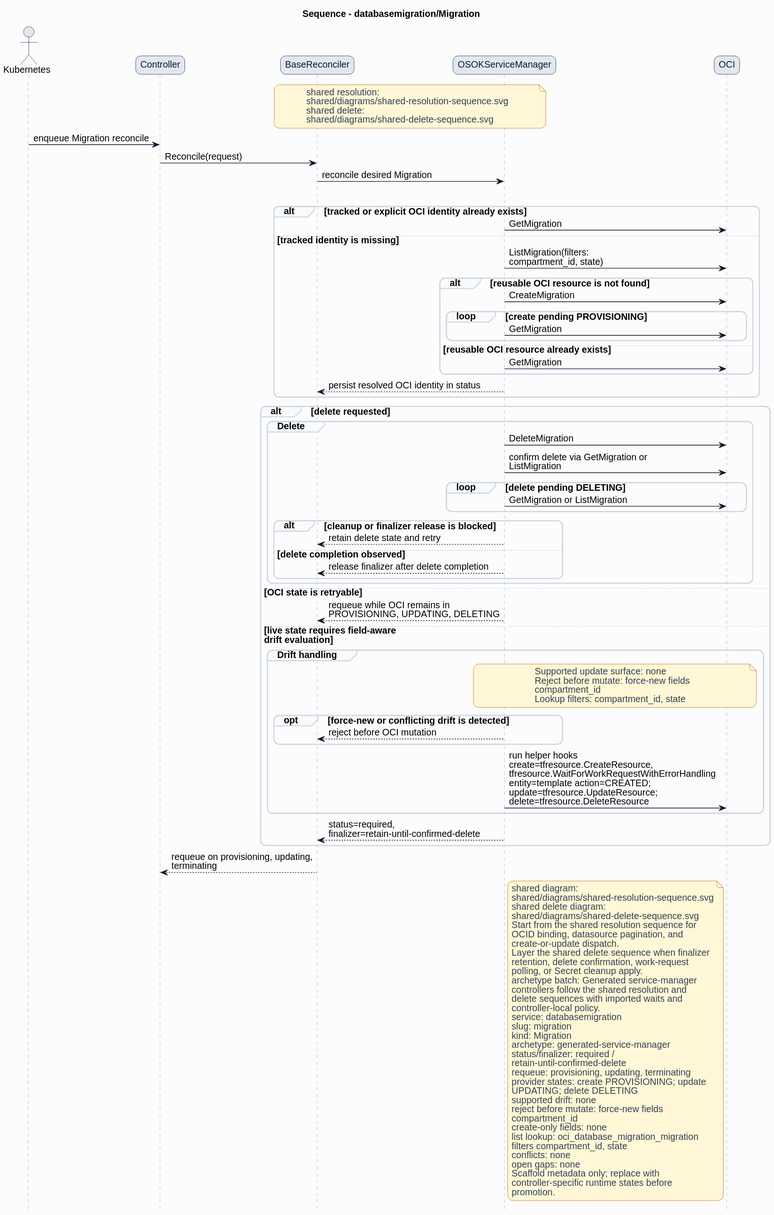
Earlier version of the PlantUML export formal/controllers/databasemigration/migration/diagrams/sequence.svg (HaoyL666/oci-service-operator).
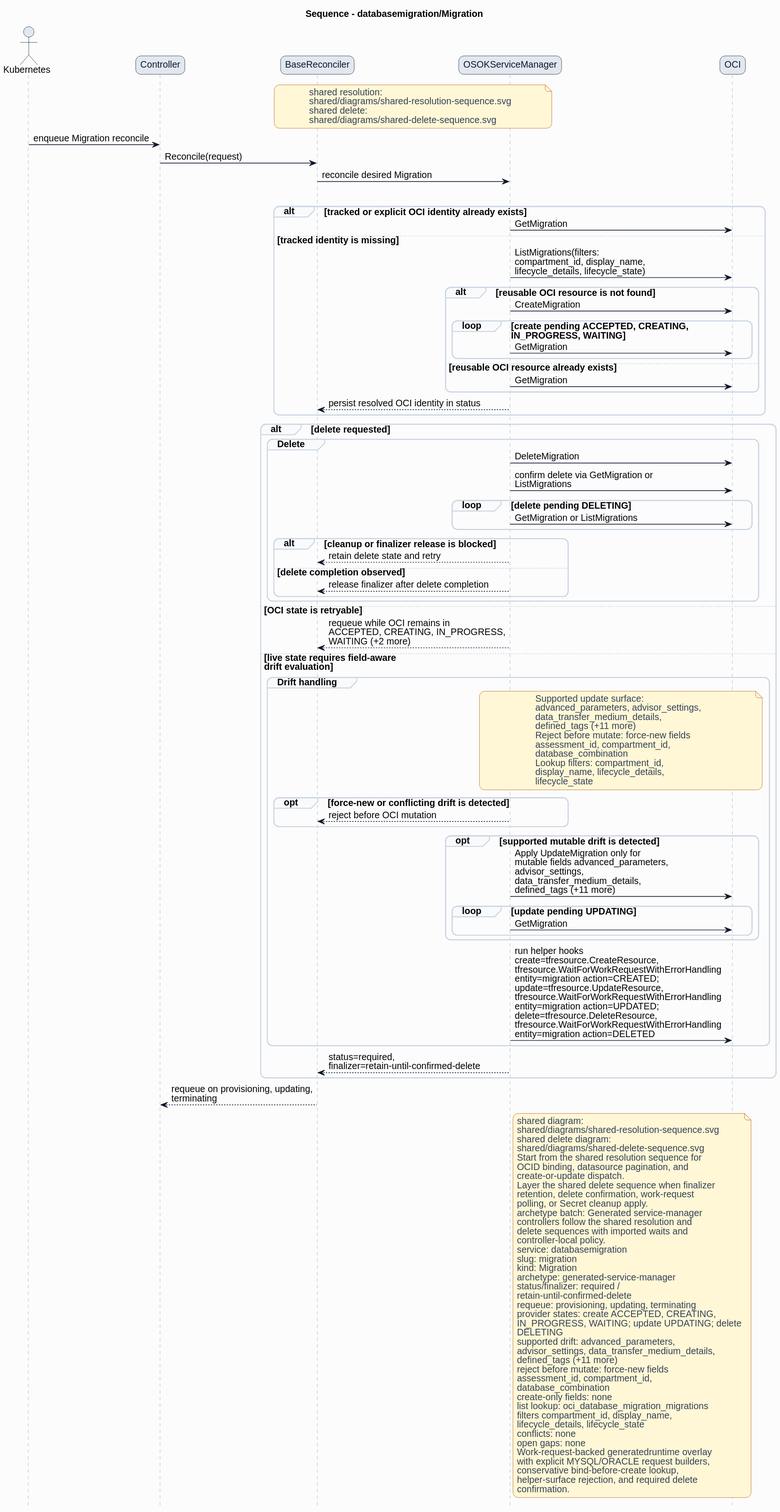
Above is the later version.

What changed in the source:
```diff
@@ -38,10 +38,10 @@
 alt tracked or explicit OCI identity already exists
 ServiceManager -> OCI: GetMigration
 else tracked identity is missing
-ServiceManager -> OCI: ListMigration(filters:\ncompartment_id, state)
+ServiceManager -> OCI: ListMigrations(filters:\ncompartment_id, display_name,\nlifecycle_details, lifecycle_state)
 alt reusable OCI resource is not found
 ServiceManager -> OCI: CreateMigration
-loop create pending PROVISIONING
+loop create pending ACCEPTED, CREATING,\nIN_PROGRESS, WAITING
 ServiceManager -> OCI: GetMigration
 end
 else reusable OCI resource already exists
@@ -52,9 +52,9 @@
 alt delete requested
 group Delete
 ServiceManager -> OCI: DeleteMigration
-ServiceManager -> OCI: confirm delete via GetMigration or\nListMigration
+ServiceManager -> OCI: confirm delete via GetMigration or\nListMigrations
 loop delete pending DELETING
-ServiceManager -> OCI: GetMigration or ListMigration
+ServiceManager -> OCI: GetMigration or ListMigrations
 end
 alt cleanup or finalizer release is blocked
 ServiceManager --> BaseReconciler: retain delete state and retry
@@ -63,19 +63,31 @@
 end
 end
 else OCI state is retryable
-ServiceManager --> BaseReconciler: requeue while OCI remains in\nPROVISIONING, UPDATING, DELETING
+ServiceManager --> BaseReconciler: requeue while OCI remains in\nACCEPTED, CREATING, IN_PROGRESS,\nWAITING (+2 more)
 else live state requires field-aware\ndrift evaluation
 group Drift handling
 note over ServiceManager,OCI
-Supported update surface: none
+Supported update surface:
+advanced_parameters, advisor_settings,
+data_transfer_medium_details,
+defined_tags (+11 more)
 Reject before mutate: force-new fields
-compartment_id
-Lookup filters: compartment_id, state
+assessment_id, compartment_id,
+database_combination
+Lookup filters: compartment_id,
+display_name, lifecycle_details,
+lifecycle_state
 end note
 opt force-new or conflicting drift is detected
 ServiceManager --> BaseReconciler: reject before OCI mutation
 end
-ServiceManager -> OCI: run helper hooks\ncreate=tfresource.CreateResource,\ntfresource.WaitForWorkRequestWithErrorHandling\nentity=template action=CREATED;\nupdate=tfresource.UpdateResource;\ndelete=tfresource.DeleteResource
+opt supported mutable drift is detected
+ServiceManager -> OCI: Apply UpdateMigration only for\nmutable fields advanced_parameters,\nadvisor_settings,\ndata_transfer_medium_details,\ndefined_tags (+11 more)
+loop update pending UPDATING
+ServiceManager -> OCI: GetMigration
+end
+end
+ServiceManager -> OCI: run helper hooks\ncreate=tfresource.CreateResource,\ntfresource.WaitForWorkRequestWithErrorHandling\nentity=migration action=CREATED;\nupdate=tfresource.UpdateResource,\ntfresource.WaitForWorkRequestWithErrorHandling\nentity=migration action=UPDATED;\ndelete=tfresource.DeleteResource,\ntfresource.WaitForWorkRequestWithErrorHandling\nentity=migration action=DELETED
 end
 ServiceManager --> BaseReconciler: status=required,\nfinalizer=retain-until-confirmed-delete
 end
@@ -102,18 +114,25 @@
 status/finalizer: required /
 retain-until-confirmed-delete
 requeue: provisioning, updating, terminating
-provider states: create PROVISIONING; update
-UPDATING; delete DELETING
-supported drift: none
+provider states: create ACCEPTED, CREATING,
+IN_PROGRESS, WAITING; update UPDATING; delete
+DELETING
+supported drift: advanced_parameters,
+advisor_settings, data_transfer_medium_details,
+defined_tags (+11 more)
 reject before mutate: force-new fields
-compartment_id
+assessment_id, compartment_id,
+database_combination
 create-only fields: none
-list lookup: oci_database_migration_migration
-filters compartment_id, state
+list lookup: oci_database_migration_migrations
+filters compartment_id, display_name,
+lifecycle_details, lifecycle_state
 conflicts: none
 open gaps: none
-Scaffold metadata only; replace with
-controller-specific runtime states before
-promotion.
+Work-request-backed generatedruntime overlay
+with explicit MYSQL/ORACLE request builders,
+conservative bind-before-create lookup,
+helper-surface rejection, and required delete
+confirmation.
 end note
 @enduml
```
